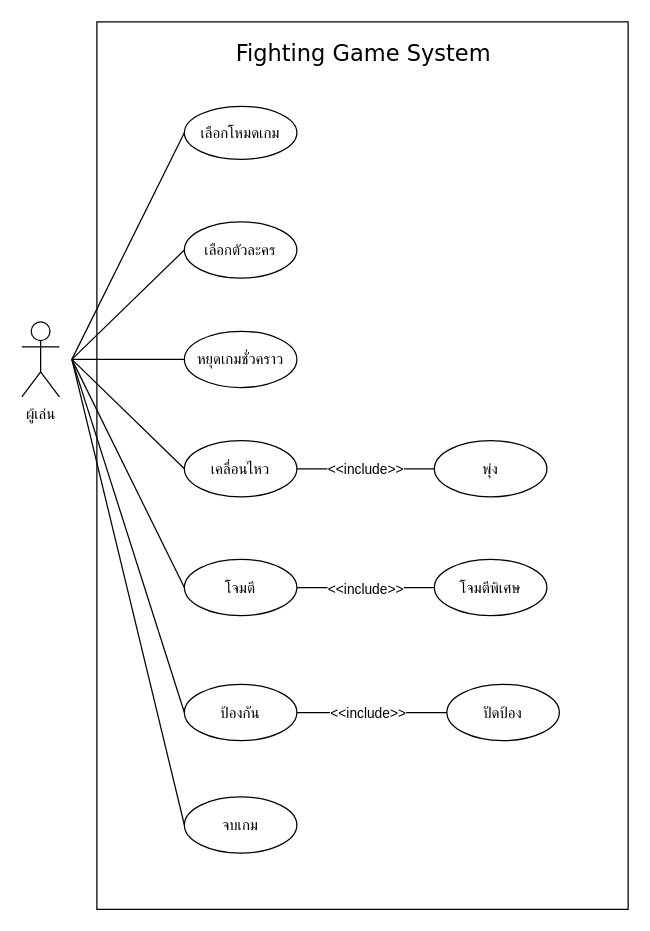
Above: usecase_final.drawio in ItipatS/HoloArena (draw.io), before the change. Source tidied: cells renumbered, new cells numbered last; positions are measured from the earlier drawing's top-left corner, leaving out a move shared by most shapes. Both pictures are drawn from the tidied source at 125%, with x=0, y=0 at pixel (21, 21).
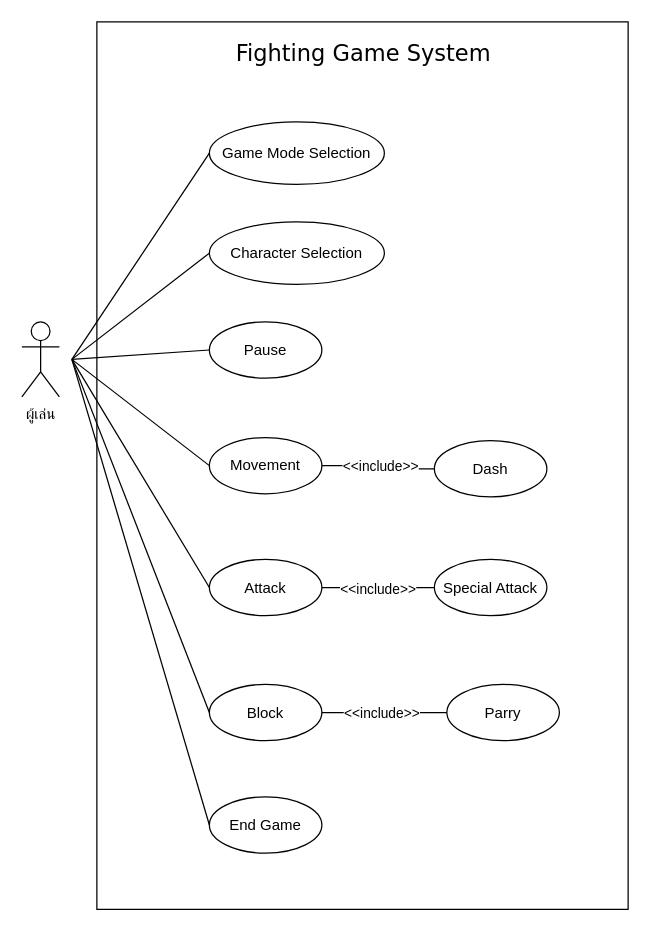
The same diagram, later.

Change to the diagram source:
```diff
@@
-    <mxCell id="7" value="เลือกโหมดเกม" style="ellipse;whiteSpace=wrap;html=1;" parent="1" vertex="1">
-      <mxGeometry x="130" y="67.5" width="90" height="42.5" as="geometry" />
+    <mxCell id="7" value="Game Mode Selection" style="ellipse;whiteSpace=wrap;html=1;" parent="1" vertex="1">
+      <mxGeometry x="150" y="80" width="140" height="50" as="geometry" />
     </mxCell>
-    <mxCell id="8" value="เลือกตัวละคร" style="ellipse;whiteSpace=wrap;html=1;" parent="1" vertex="1">
-      <mxGeometry x="130" y="160" width="90" height="45" as="geometry" />
+    <mxCell id="8" value="Character Selection" style="ellipse;whiteSpace=wrap;html=1;" parent="1" vertex="1">
+      <mxGeometry x="150" y="160" width="140" height="50" as="geometry" />
     </mxCell>
@@
-    <mxCell id="15" value="ป้องกัน" style="ellipse;whiteSpace=wrap;html=1;" parent="1" vertex="1">
-      <mxGeometry x="130" y="530" width="90" height="45" as="geometry" />
+    <mxCell id="15" value="Block" style="ellipse;whiteSpace=wrap;html=1;" parent="1" vertex="1">
+      <mxGeometry x="150" y="530" width="90" height="45" as="geometry" />
     </mxCell>
-    <mxCell id="16" value="หยุดเกมชั่วคราว" style="ellipse;whiteSpace=wrap;html=1;" parent="1" vertex="1">
-      <mxGeometry x="130" y="247.5" width="90" height="45" as="geometry" />
+    <mxCell id="16" value="Pause" style="ellipse;whiteSpace=wrap;html=1;" parent="1" vertex="1">
+      <mxGeometry x="150" y="240" width="90" height="45" as="geometry" />
     </mxCell>
@@
-    <mxCell id="22" value="โจมตี" style="ellipse;whiteSpace=wrap;html=1;" parent="1" vertex="1">
-      <mxGeometry x="130" y="430" width="90" height="45" as="geometry" />
+    <mxCell id="22" value="Attack" style="ellipse;whiteSpace=wrap;html=1;" parent="1" vertex="1">
+      <mxGeometry x="150" y="430" width="90" height="45" as="geometry" />
     </mxCell>
@@
-    <mxCell id="25" value="เคลื่อนไหว" style="ellipse;whiteSpace=wrap;html=1;" parent="1" vertex="1">
-      <mxGeometry x="130" y="335" width="90" height="45" as="geometry" />
+    <mxCell id="25" value="Movement" style="ellipse;whiteSpace=wrap;html=1;" parent="1" vertex="1">
+      <mxGeometry x="150" y="332.5" width="90" height="45" as="geometry" />
     </mxCell>
-    <mxCell id="26" value="โจมตีพิเศษ" style="ellipse;whiteSpace=wrap;html=1;" parent="1" vertex="1">
+    <mxCell id="26" value="Special Attack" style="ellipse;whiteSpace=wrap;html=1;" parent="1" vertex="1">
       <mxGeometry x="330" y="430" width="90" height="45" as="geometry" />
     </mxCell>
-    <mxCell id="27" value="พุ่ง" style="ellipse;whiteSpace=wrap;html=1;" parent="1" vertex="1">
+    <mxCell id="27" value="Dash" style="ellipse;whiteSpace=wrap;html=1;" parent="1" vertex="1">
       <mxGeometry x="330" y="335" width="90" height="45" as="geometry" />
     </mxCell>
-    <mxCell id="28" value="ปัดป้อง" style="ellipse;whiteSpace=wrap;html=1;" parent="1" vertex="1">
+    <mxCell id="28" value="Parry" style="ellipse;whiteSpace=wrap;html=1;" parent="1" vertex="1">
       <mxGeometry x="340" y="530" width="90" height="45" as="geometry" />
     </mxCell>
@@
-    <mxCell id="30" value="จบเกม" style="ellipse;whiteSpace=wrap;html=1;" parent="1" vertex="1">
-      <mxGeometry x="130" y="620" width="90" height="45" as="geometry" />
+    <mxCell id="30" value="End Game" style="ellipse;whiteSpace=wrap;html=1;" parent="1" vertex="1">
+      <mxGeometry x="150" y="620" width="90" height="45" as="geometry" />
     </mxCell>
```
